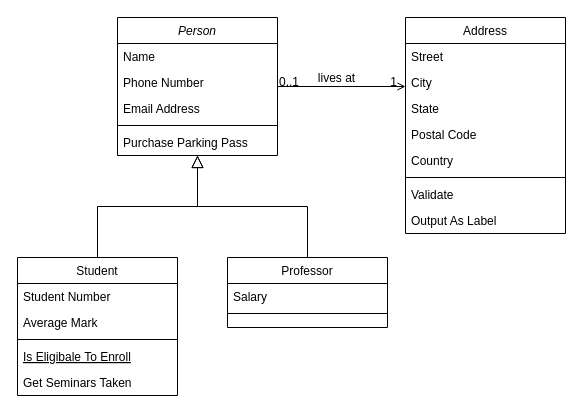
Above: Untitled Diagram.drawio in eduardomarquesgonzalez/hello-word (draw.io), before the change. Source tidied: cells renumbered, new cells numbered last; positions are measured from the earlier drawing's top-left corner, leaving out a move shared by most shapes. Both pictures are drawn from the tidied source at 100%, with x=0, y=0 at pixel (17, 17).
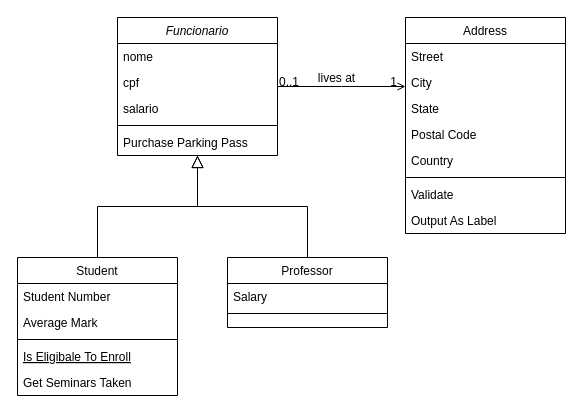
The same page after the edit.

Commit message:
teste-mapeamento

The edit, as a diff of the source:
```diff
@@
-    <mxCell id="2" value="Person" style="swimlane;fontStyle=2;align=center;verticalAlign=top;horizontal=1;startSize=26;rounded=0;shadow=0;strokeWidth=1;" parent="1" vertex="1">
+    <mxCell id="2" value="Funcionario" style="swimlane;fontStyle=2;align=center;verticalAlign=top;horizontal=1;startSize=26;rounded=0;shadow=0;strokeWidth=1;" parent="1" vertex="1">
       <mxGeometry x="100" width="160" height="138" as="geometry" />
     </mxCell>
-    <mxCell id="3" value="Name" style="text;align=left;verticalAlign=top;spacingLeft=4;spacingRight=4;overflow=hidden;" parent="2" vertex="1">
+    <mxCell id="3" value="nome" style="text;align=left;verticalAlign=top;spacingLeft=4;spacingRight=4;overflow=hidden;" parent="2" vertex="1">
       <mxGeometry y="26" width="160" height="26" as="geometry" />
     </mxCell>
-    <mxCell id="4" value="Phone Number" style="text;align=left;verticalAlign=top;spacingLeft=4;spacingRight=4;overflow=hidden;rounded=0;shadow=0;html=0;" parent="2" vertex="1">
+    <mxCell id="4" value="cpf" style="text;align=left;verticalAlign=top;spacingLeft=4;spacingRight=4;overflow=hidden;rounded=0;shadow=0;html=0;" parent="2" vertex="1">
       <mxGeometry y="52" width="160" height="26" as="geometry" />
     </mxCell>
-    <mxCell id="5" value="Email Address" style="text;align=left;verticalAlign=top;spacingLeft=4;spacingRight=4;overflow=hidden;rounded=0;shadow=0;html=0;" parent="2" vertex="1">
+    <mxCell id="5" value="salario" style="text;align=left;verticalAlign=top;spacingLeft=4;spacingRight=4;overflow=hidden;rounded=0;shadow=0;html=0;" parent="2" vertex="1">
       <mxGeometry y="78" width="160" height="26" as="geometry" />
     </mxCell>
```
